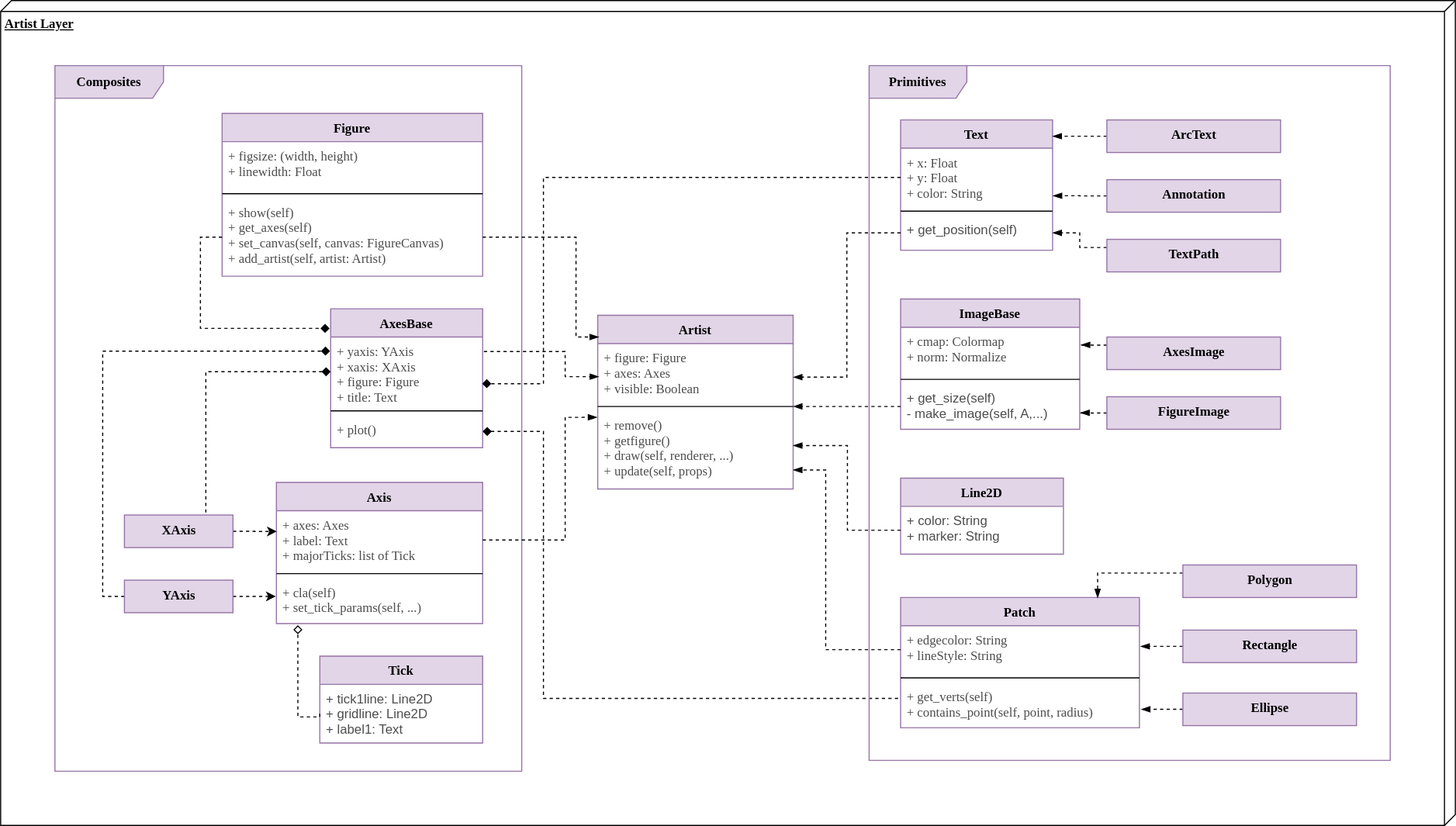
Before: deliverable/1/img/UML_Artist_Layer.svg, a diagram exported from draw.io (CSCD01/team_04-project). Source tidied: cells renumbered, new cells last; positions are measured from the earlier drawing's top-left corner, leaving out a move shared by most shapes.
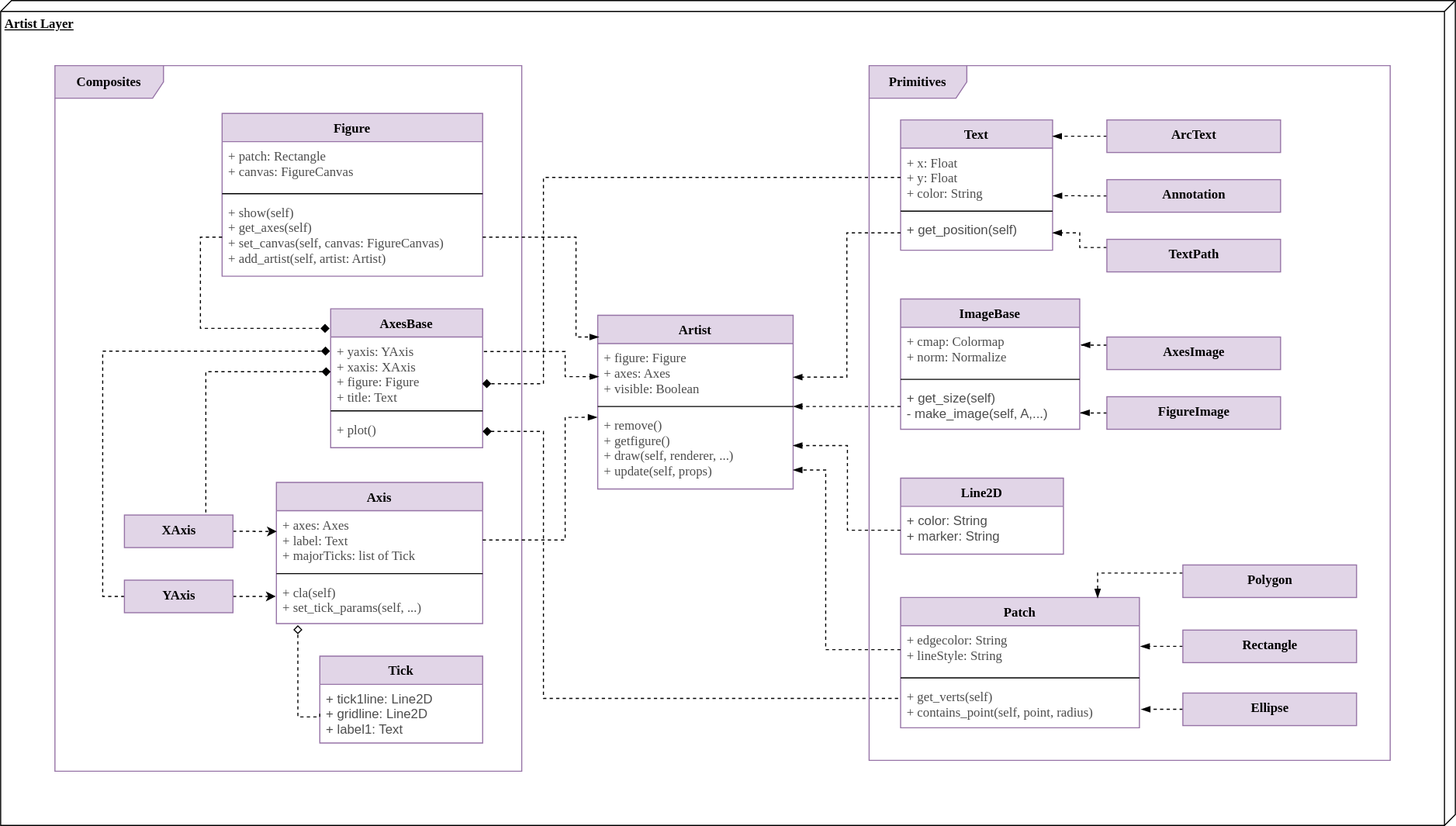
The same file after the commit.

Change to the diagram source:
```diff
@@ -86,7 +86,7 @@
     <mxCell id="29" value="Figure" style="swimlane;fontStyle=1;align=center;verticalAlign=top;horizontal=1;startSize=26;strokeColor=#9673a6;fillColor=#e1d5e7;fontFamily=Tahoma;" parent="1" vertex="1">
       <mxGeometry x="204" y="104" width="240" height="150" as="geometry" />
     </mxCell>
-    <mxCell id="30" value="+ figsize: (width, height)&#10;+ linewidth: Float&#10;" style="text;strokeColor=none;fillColor=none;align=left;verticalAlign=top;spacingLeft=4;spacingRight=4;overflow=hidden;fontFamily=Tahoma;fontColor=#4D4D4D;" parent="29" vertex="1">
+    <mxCell id="30" value="+ patch: Rectangle&#10;+ canvas: FigureCanvas&#10;" style="text;strokeColor=none;fillColor=none;align=left;verticalAlign=top;spacingLeft=4;spacingRight=4;overflow=hidden;fontFamily=Tahoma;fontColor=#4D4D4D;" parent="29" vertex="1">
       <mxGeometry y="26" width="240" height="44" as="geometry" />
     </mxCell>
     <mxCell id="31" style="line;strokeWidth=1;fillColor=none;align=left;verticalAlign=middle;spacingTop=-1;spacingLeft=3;spacingRight=3;labelPosition=right;" parent="29" vertex="1">
```
